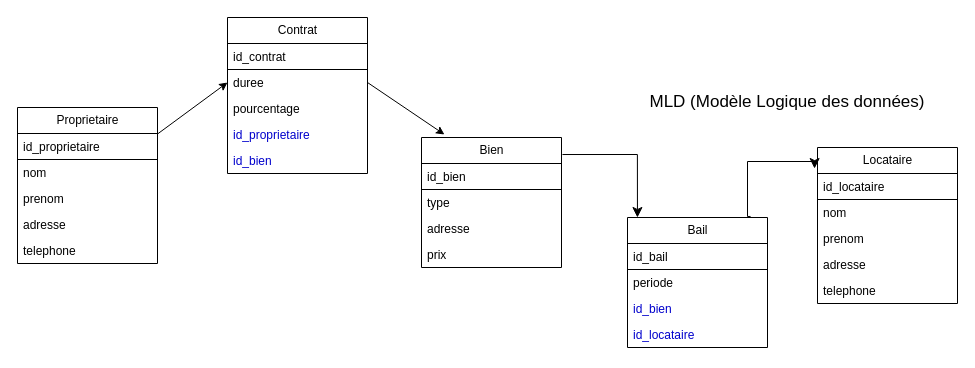
FuFu2127/MCD---MLD---MPD keeps this draw.io diagram as MLD.Drawio. Above is the earlier version. Source tidied: cells renumbered, new cells numbered last; positions are measured from the earlier drawing's top-left corner, leaving out a move shared by most shapes. Both pictures are drawn from the tidied source at 100%, with x=0, y=0 at pixel (17, 17).
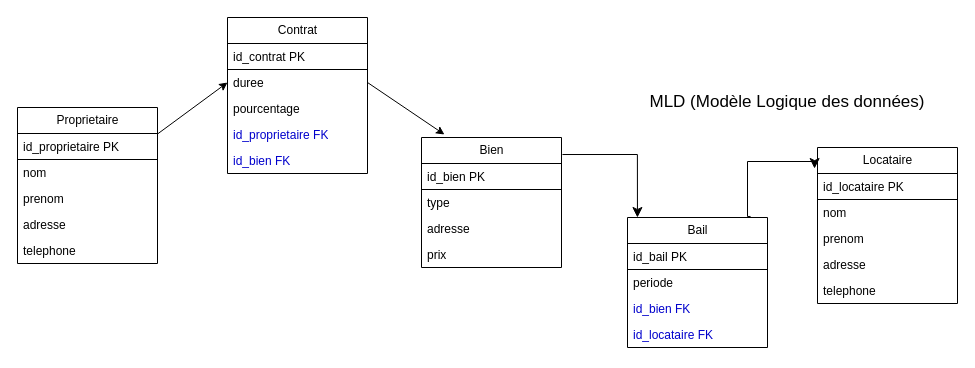
The same page after the edit.

Unchanged cells that the change refers to:
```xml
<mxCell id="2" value="Proprietaire" style="swimlane;fontStyle=0;horizontal=1;startSize=26;fillColor=none;html=1;" parent="1" vertex="1">
  <mxGeometry y="90" width="140" height="156" as="geometry" />
</mxCell>
<mxCell id="8" value="Contrat" style="swimlane;fontStyle=0;horizontal=1;startSize=26;fillColor=none;html=1;" parent="1" vertex="1">
  <mxGeometry x="210" width="140" height="156" as="geometry" />
</mxCell>
<mxCell id="14" value="Bien" style="swimlane;fontStyle=0;horizontal=1;startSize=26;fillColor=none;html=1;" parent="1" vertex="1">
  <mxGeometry x="404" y="120" width="140" height="130" as="geometry" />
</mxCell>
<mxCell id="19" value="Bail" style="swimlane;fontStyle=0;horizontal=1;startSize=26;fillColor=none;html=1;" parent="1" vertex="1">
  <mxGeometry x="610" y="200" width="140" height="130" as="geometry" />
</mxCell>
<mxCell id="24" value="Locataire" style="swimlane;fontStyle=0;horizontal=1;startSize=26;fillColor=none;html=1;" parent="1" vertex="1">
  <mxGeometry x="800" y="130" width="140" height="156" as="geometry" />
</mxCell>
```

Change to the diagram source:
```diff
@@
-    <mxCell id="3" value="id_proprietaire" style="text;strokeColor=default;fillColor=none;align=left;verticalAlign=top;spacingLeft=4;spacingRight=4;overflow=hidden;whiteSpace=wrap;html=1;" parent="2" vertex="1">
+    <mxCell id="3" value="id_proprietaire PK" style="text;strokeColor=default;fillColor=none;align=left;verticalAlign=top;spacingLeft=4;spacingRight=4;overflow=hidden;whiteSpace=wrap;html=1;" parent="2" vertex="1">
       <mxGeometry y="26" width="140" height="26" as="geometry" />
     </mxCell>
@@
-    <mxCell id="9" value="id_contrat" style="text;strokeColor=default;fillColor=none;align=left;verticalAlign=top;spacingLeft=4;spacingRight=4;overflow=hidden;whiteSpace=wrap;html=1;" parent="8" vertex="1">
+    <mxCell id="9" value="id_contrat PK" style="text;strokeColor=default;fillColor=none;align=left;verticalAlign=top;spacingLeft=4;spacingRight=4;overflow=hidden;whiteSpace=wrap;html=1;" parent="8" vertex="1">
       <mxGeometry y="26" width="140" height="26" as="geometry" />
     </mxCell>
@@
-    <mxCell id="12" value="&lt;font style=&quot;color: rgb(0, 0, 204);&quot;&gt;id_proprietaire&lt;/font&gt;" style="text;strokeColor=none;fillColor=none;align=left;verticalAlign=top;spacingLeft=4;spacingRight=4;overflow=hidden;whiteSpace=wrap;html=1;" parent="8" vertex="1">
+    <mxCell id="12" value="&lt;font style=&quot;color: rgb(0, 0, 204);&quot;&gt;id_proprietaire FK&lt;/font&gt;" style="text;strokeColor=none;fillColor=none;align=left;verticalAlign=top;spacingLeft=4;spacingRight=4;overflow=hidden;whiteSpace=wrap;html=1;" parent="8" vertex="1">
       <mxGeometry y="104" width="140" height="26" as="geometry" />
     </mxCell>
-    <mxCell id="13" value="&lt;font style=&quot;color: rgb(0, 0, 204);&quot;&gt;id_bien&lt;/font&gt;" style="text;strokeColor=none;fillColor=none;align=left;verticalAlign=top;spacingLeft=4;spacingRight=4;overflow=hidden;whiteSpace=wrap;html=1;" parent="8" vertex="1">
+    <mxCell id="13" value="&lt;font style=&quot;color: rgb(0, 0, 204);&quot;&gt;id_bien FK&lt;/font&gt;" style="text;strokeColor=none;fillColor=none;align=left;verticalAlign=top;spacingLeft=4;spacingRight=4;overflow=hidden;whiteSpace=wrap;html=1;" parent="8" vertex="1">
       <mxGeometry y="130" width="140" height="26" as="geometry" />
     </mxCell>
@@
-    <mxCell id="15" value="id_bien" style="text;strokeColor=default;fillColor=none;align=left;verticalAlign=top;spacingLeft=4;spacingRight=4;overflow=hidden;whiteSpace=wrap;html=1;" parent="14" vertex="1">
+    <mxCell id="15" value="id_bien PK" style="text;strokeColor=default;fillColor=none;align=left;verticalAlign=top;spacingLeft=4;spacingRight=4;overflow=hidden;whiteSpace=wrap;html=1;" parent="14" vertex="1">
       <mxGeometry y="26" width="140" height="26" as="geometry" />
     </mxCell>
@@
-    <mxCell id="20" value="id_bail" style="text;strokeColor=default;fillColor=none;align=left;verticalAlign=top;spacingLeft=4;spacingRight=4;overflow=hidden;whiteSpace=wrap;html=1;" parent="19" vertex="1">
+    <mxCell id="20" value="id_bail PK" style="text;strokeColor=default;fillColor=none;align=left;verticalAlign=top;spacingLeft=4;spacingRight=4;overflow=hidden;whiteSpace=wrap;html=1;" parent="19" vertex="1">
       <mxGeometry y="26" width="140" height="26" as="geometry" />
     </mxCell>
@@
-    <mxCell id="22" value="&lt;font style=&quot;color: rgb(0, 0, 204);&quot;&gt;id_bien&lt;/font&gt;" style="text;strokeColor=none;fillColor=none;align=left;verticalAlign=top;spacingLeft=4;spacingRight=4;overflow=hidden;whiteSpace=wrap;html=1;" parent="19" vertex="1">
+    <mxCell id="22" value="&lt;font style=&quot;color: rgb(0, 0, 204);&quot;&gt;id_bien FK&lt;/font&gt;" style="text;strokeColor=none;fillColor=none;align=left;verticalAlign=top;spacingLeft=4;spacingRight=4;overflow=hidden;whiteSpace=wrap;html=1;" parent="19" vertex="1">
       <mxGeometry y="78" width="140" height="26" as="geometry" />
     </mxCell>
-    <mxCell id="23" value="&lt;font style=&quot;color: rgb(0, 0, 204);&quot;&gt;id_locataire&lt;/font&gt;" style="text;strokeColor=none;fillColor=none;align=left;verticalAlign=top;spacingLeft=4;spacingRight=4;overflow=hidden;whiteSpace=wrap;html=1;" parent="19" vertex="1">
+    <mxCell id="23" value="&lt;font style=&quot;color: rgb(0, 0, 204);&quot;&gt;id_locataire FK&lt;/font&gt;" style="text;strokeColor=none;fillColor=none;align=left;verticalAlign=top;spacingLeft=4;spacingRight=4;overflow=hidden;whiteSpace=wrap;html=1;" parent="19" vertex="1">
       <mxGeometry y="104" width="140" height="26" as="geometry" />
     </mxCell>
@@
-    <mxCell id="25" value="id_locataire" style="text;strokeColor=default;fillColor=none;align=left;verticalAlign=top;spacingLeft=4;spacingRight=4;overflow=hidden;whiteSpace=wrap;html=1;" parent="24" vertex="1">
+    <mxCell id="25" value="id_locataire PK" style="text;strokeColor=default;fillColor=none;align=left;verticalAlign=top;spacingLeft=4;spacingRight=4;overflow=hidden;whiteSpace=wrap;html=1;" parent="24" vertex="1">
       <mxGeometry y="26" width="140" height="26" as="geometry" />
     </mxCell>
```
